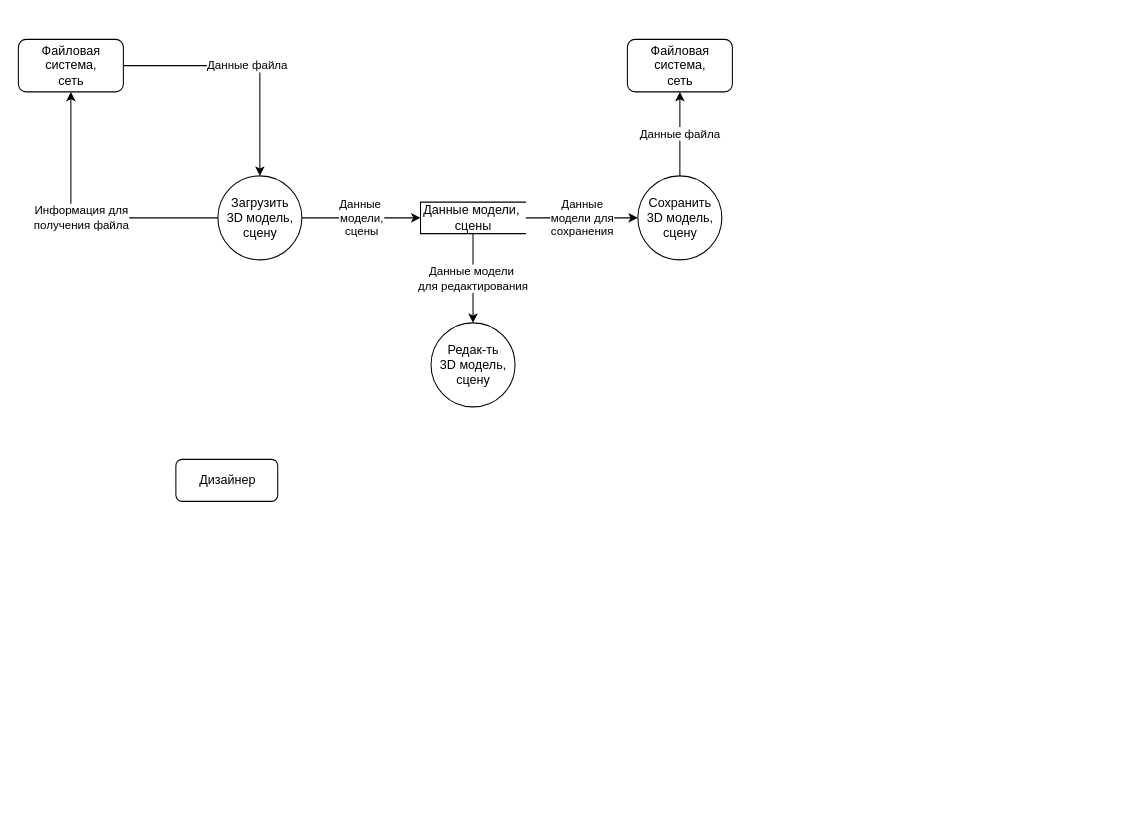
Earlier version of the draw.io diagram page "Основная" (1 of 2) of module_2/DFD.drawio (SheinEA/gb_architect). Source tidied: cells renumbered, new cells numbered last; positions are measured from the earlier drawing's top-left corner, leaving out a move shared by most shapes. Both pictures are drawn from the tidied source at 105%, with x=0, y=0 at pixel (18, 39).
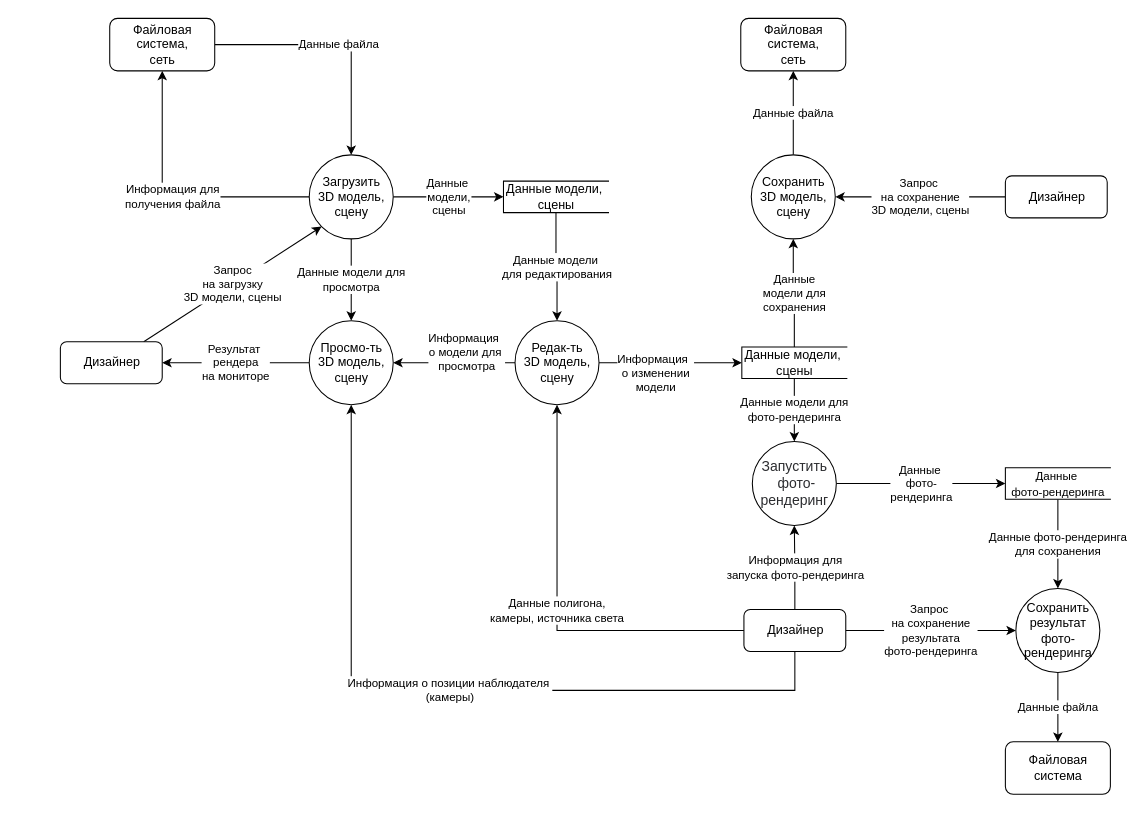
The same diagram, later.

Diff of the diagram source:
```diff
@@
+    <mxCell id="15" value="Данные модели для&lt;br&gt;просмотра" style="edgeStyle=orthogonalEdgeStyle;rounded=0;jettySize=auto;html=1;" parent="1" edge="1" source="4" target="28">
+      <mxGeometry relative="1" as="geometry" />
+    </mxCell>
     <mxCell id="4" value="&lt;span&gt;Загрузить &lt;br&gt;3D модель, &lt;br&gt;сцену&lt;/span&gt;" style="shape=ellipse;html=1;dashed=0;whitespace=wrap;perimeter=ellipsePerimeter;" parent="1" vertex="1">
-      <mxGeometry x="190" y="130" width="80" height="80" as="geometry" />
+      <mxGeometry x="277" y="110" width="80" height="80" as="geometry" />
     </mxCell>
@@
-    <mxCell id="6" value="Данные &lt;br&gt;модели для&lt;br&gt;сохранения&lt;br&gt;" style="edgeStyle=orthogonalEdgeStyle;rounded=0;jettySize=auto;html=1;" parent="1" edge="1" source="7" target="14">
+    <mxCell id="6" value="Данные &lt;br&gt;модели для&lt;br&gt;сохранения&lt;br&gt;" style="edgeStyle=orthogonalEdgeStyle;rounded=0;jettySize=auto;html=1;exitX=0.5;exitY=0;exitDx=0;exitDy=0;" parent="1" edge="1" source="19" target="14">
       <mxGeometry relative="1" as="geometry" />
     </mxCell>
     <mxCell id="7" value="Данные модели,&amp;nbsp;&lt;br&gt;сцены" style="html=1;dashed=0;whitespace=wrap;shape=partialRectangle;right=0;" parent="1" vertex="1">
-      <mxGeometry x="383" y="155" width="100" height="30" as="geometry" />
+      <mxGeometry x="462" y="135" width="100" height="30" as="geometry" />
     </mxCell>
@@
     <mxCell id="9" value="Файловая &lt;br&gt;система,&lt;br&gt;сеть" style="html=1;dashed=0;whitespace=wrap;rounded=1;" parent="1" vertex="1">
-      <mxGeometry width="100" height="50" as="geometry" />
+      <mxGeometry x="87" y="-20" width="100" height="50" as="geometry" />
     </mxCell>
     <mxCell id="10" value="Файловая&lt;br&gt;система,&lt;br&gt;сеть" style="html=1;dashed=0;whitespace=wrap;rounded=1;" parent="1" vertex="1">
-      <mxGeometry x="580" width="100" height="50" as="geometry" />
+      <mxGeometry x="688" y="-20" width="100" height="50" as="geometry" />
     </mxCell>
+    <mxCell id="16" value="Запрос &lt;br&gt;на загрузку &lt;br&gt;3D модели, сцены" style="rounded=0;jettySize=auto;html=1;entryX=0;entryY=1;entryDx=0;entryDy=0;" parent="1" edge="1" source="11" target="4">
+      <mxGeometry relative="1" as="geometry" />
+    </mxCell>
     <mxCell id="11" value="Дизайнер" style="html=1;dashed=0;whitespace=wrap;rounded=1;" parent="1" vertex="1">
-      <mxGeometry x="150" y="400" width="97" height="40" as="geometry" />
+      <mxGeometry x="40" y="288" width="97" height="40" as="geometry" />
     </mxCell>
+    <mxCell id="17" value="Информация&amp;nbsp;&amp;nbsp;&lt;br&gt;о изменении &lt;br&gt;модели" style="edgeStyle=orthogonalEdgeStyle;rounded=0;jettySize=auto;html=1;" parent="1" edge="1" source="12" target="19">
+      <mxGeometry x="-0.21" y="-10" relative="1" as="geometry" />
+    </mxCell>
     <mxCell id="12" value="&lt;span style=&quot;font-family: &amp;#34;helvetica&amp;#34;&quot;&gt;Редак-ть&lt;br&gt;3D модель, &lt;br&gt;сцену&lt;/span&gt;" style="shape=ellipse;html=1;dashed=0;whitespace=wrap;perimeter=ellipsePerimeter;" parent="1" vertex="1">
-      <mxGeometry x="393" y="270" width="80" height="80" as="geometry" />
+      <mxGeometry x="473" y="268" width="80" height="80" as="geometry" />
     </mxCell>
@@
     <mxCell id="14" value="&lt;span style=&quot;font-family: &amp;#34;helvetica&amp;#34;&quot;&gt;Сохранить &lt;br&gt;3D модель, &lt;br&gt;сцену&lt;/span&gt;" style="shape=ellipse;html=1;dashed=0;whitespace=wrap;perimeter=ellipsePerimeter;" parent="1" vertex="1">
-      <mxGeometry x="590" y="130" width="80" height="80" as="geometry" />
+      <mxGeometry x="698" y="110" width="80" height="80" as="geometry" />
     </mxCell>
+    <mxCell id="18" value="Данные модели для&lt;br&gt;фото-рендеринга" style="edgeStyle=orthogonalEdgeStyle;rounded=0;jettySize=auto;html=1;" parent="1" edge="1" source="19" target="21">
+      <mxGeometry relative="1" as="geometry" />
+    </mxCell>
+    <mxCell id="19" value="Данные модели,&amp;nbsp;&lt;br&gt;сцены" style="html=1;dashed=0;whitespace=wrap;shape=partialRectangle;right=0;" parent="1" vertex="1">
+      <mxGeometry x="689" y="293" width="100" height="30" as="geometry" />
+    </mxCell>
+    <mxCell id="20" value="Данные&amp;nbsp;&lt;br&gt;фото-&lt;br&gt;рендеринга" style="edgeStyle=orthogonalEdgeStyle;rounded=0;jettySize=auto;html=1;" parent="1" edge="1" source="21" target="23">
+      <mxGeometry relative="1" as="geometry" />
+    </mxCell>
+    <mxCell id="21" value="&lt;span style=&quot;color: rgb(44 , 45 , 48) ; font-family: &amp;#34;arial&amp;#34; ; font-size: 13.3333px&quot;&gt;Запустить&lt;br&gt;&amp;nbsp;фото-&lt;br&gt;рендеринг&lt;/span&gt;" style="shape=ellipse;html=1;dashed=0;whitespace=wrap;perimeter=ellipsePerimeter;" parent="1" vertex="1">
+      <mxGeometry x="699" y="383" width="80" height="80" as="geometry" />
+    </mxCell>
+    <mxCell id="22" value="Данные фото-рендеринга&lt;br&gt;для сохранения" style="edgeStyle=orthogonalEdgeStyle;rounded=0;jettySize=auto;html=1;" parent="1" edge="1" source="23" target="26">
+      <mxGeometry relative="1" as="geometry" />
+    </mxCell>
+    <mxCell id="23" value="&lt;span style=&quot;font-size: 11px ; background-color: rgb(255 , 255 , 255)&quot;&gt;Данные&amp;nbsp;&lt;/span&gt;&lt;br style=&quot;font-size: 11px&quot;&gt;&lt;span style=&quot;font-size: 11px ; background-color: rgb(255 , 255 , 255)&quot;&gt;фото-&lt;/span&gt;&lt;span style=&quot;font-size: 11px ; background-color: rgb(255 , 255 , 255)&quot;&gt;рендеринга&lt;/span&gt;" style="html=1;dashed=0;whitespace=wrap;shape=partialRectangle;right=0;" parent="1" vertex="1">
+      <mxGeometry x="940" y="408" width="100" height="30" as="geometry" />
+    </mxCell>
+    <mxCell id="24" value="Файловая&lt;br&gt;система" style="html=1;dashed=0;whitespace=wrap;rounded=1;" parent="1" vertex="1">
+      <mxGeometry x="940" y="669" width="100" height="50" as="geometry" />
+    </mxCell>
+    <mxCell id="25" value="Данные файла" style="edgeStyle=orthogonalEdgeStyle;rounded=0;jettySize=auto;html=1;" parent="1" edge="1" source="26" target="24">
+      <mxGeometry relative="1" as="geometry" />
+    </mxCell>
+    <mxCell id="26" value="&lt;span style=&quot;font-family: &amp;#34;helvetica&amp;#34;&quot;&gt;Сохранить &lt;br&gt;результат&lt;br&gt;фото-&lt;br&gt;рендеринга&lt;br&gt;&lt;/span&gt;" style="shape=ellipse;html=1;dashed=0;whitespace=wrap;perimeter=ellipsePerimeter;" parent="1" vertex="1">
+      <mxGeometry x="950" y="523" width="80" height="80" as="geometry" />
+    </mxCell>
+    <mxCell id="27" value="Результат&amp;nbsp;&lt;br&gt;рендера&lt;br&gt;на мониторе" style="edgeStyle=none;rounded=0;jettySize=auto;html=1;" parent="1" edge="1" source="28" target="11">
+      <mxGeometry relative="1" as="geometry" />
+    </mxCell>
+    <mxCell id="28" value="&lt;span&gt;Просмо-ть &lt;br&gt;3D модель, &lt;br&gt;сцену&lt;/span&gt;" style="shape=ellipse;html=1;dashed=0;whitespace=wrap;perimeter=ellipsePerimeter;" parent="1" vertex="1">
+      <mxGeometry x="277" y="268" width="80" height="80" as="geometry" />
+    </mxCell>
+    <mxCell id="29" value="Информация&amp;nbsp;&amp;nbsp;&lt;br&gt;о модели для&amp;nbsp;&lt;br&gt;просмотра" style="edgeStyle=orthogonalEdgeStyle;rounded=0;jettySize=auto;html=1;" parent="1" edge="1" source="12" target="28">
+      <mxGeometry x="-0.21" y="-10" relative="1" as="geometry" />
+    </mxCell>
+    <mxCell id="30" value="Запрос&amp;nbsp;&lt;br&gt;на сохранение&lt;br&gt;3D модели, сцены" style="edgeStyle=none;rounded=0;jettySize=auto;html=1;" parent="1" edge="1" source="31" target="14">
+      <mxGeometry relative="1" as="geometry" />
+    </mxCell>
+    <mxCell id="31" value="Дизайнер" style="html=1;dashed=0;whitespace=wrap;rounded=1;" parent="1" vertex="1">
+      <mxGeometry x="940" y="130" width="97" height="40" as="geometry" />
+    </mxCell>
+    <mxCell id="32" value="Запрос&amp;nbsp;&lt;br&gt;на сохранение&lt;br&gt;результата &lt;br&gt;фото-рендеринга" style="edgeStyle=none;rounded=0;jettySize=auto;html=1;" parent="1" edge="1" source="36" target="26">
+      <mxGeometry relative="1" as="geometry" />
+    </mxCell>
+    <mxCell id="33" value="Данные полигона, &lt;br&gt;камеры, источника света" style="edgeStyle=orthogonalEdgeStyle;rounded=0;jettySize=auto;html=1;" parent="1" edge="1" source="36" target="12">
+      <mxGeometry relative="1" as="geometry" />
+    </mxCell>
+    <mxCell id="34" value="Информация для&lt;br&gt;запуска фото-рендеринга" style="edgeStyle=orthogonalEdgeStyle;rounded=0;jettySize=auto;html=1;" parent="1" edge="1" source="36" target="21">
+      <mxGeometry relative="1" as="geometry" />
+    </mxCell>
+    <mxCell id="35" value="Информация о позиции наблюдателя&amp;nbsp;&lt;br&gt;(камеры)" style="edgeStyle=orthogonalEdgeStyle;rounded=0;jettySize=auto;html=1;" parent="1" edge="1" source="36" target="28">
+      <mxGeometry relative="1" as="geometry">
+        <Array as="points">
+          <mxPoint x="740" y="620" />
+          <mxPoint x="317" y="620" />
+        </Array>
+      </mxGeometry>
+    </mxCell>
+    <mxCell id="36" value="Дизайнер" style="html=1;dashed=0;whitespace=wrap;rounded=1;" parent="1" vertex="1">
+      <mxGeometry x="691" y="543" width="97" height="40" as="geometry" />
+    </mxCell>
```
